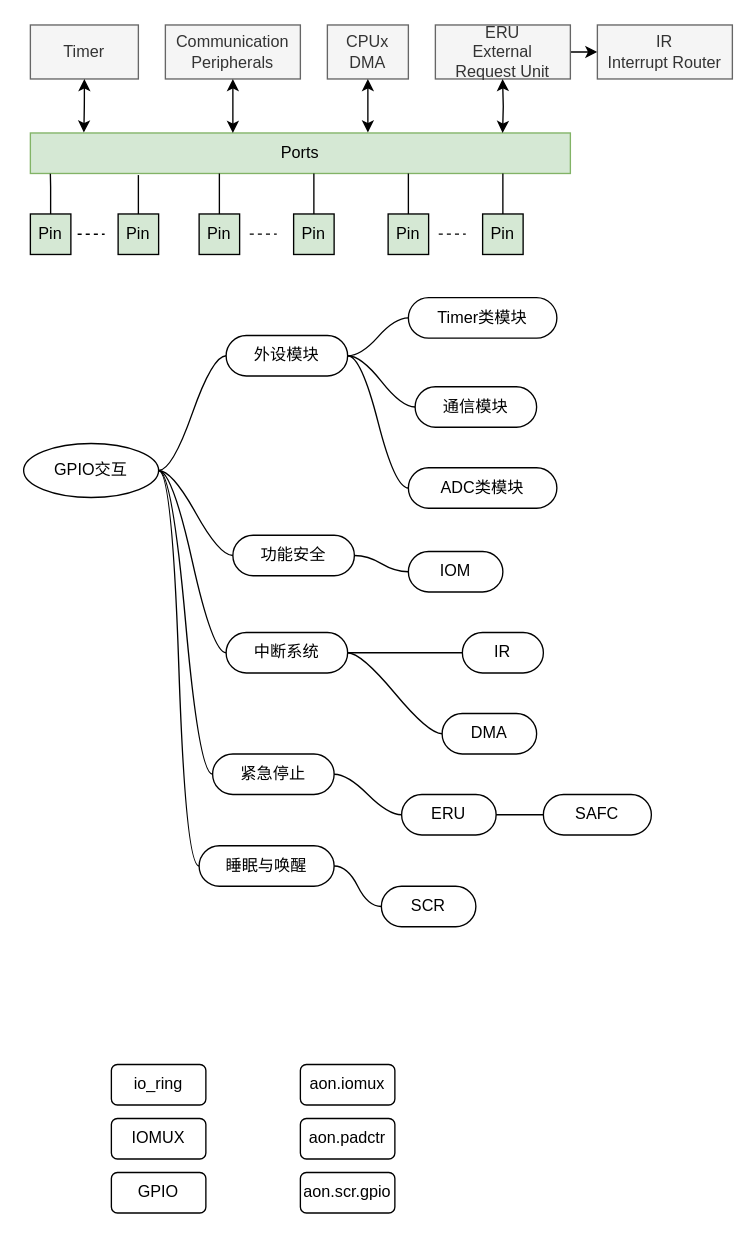
Before: page "GPIO的系统集成" (2 of 8) of drawio/gpio.drawio in iceyxy/flow-chart-drawio, a draw.io diagram. Source tidied: cells renumbered, new cells numbered last; positions are measured from the earlier drawing's top-left corner, leaving out a move shared by most shapes. Both pictures are drawn from the tidied source at 135%, with x=0, y=0 at pixel (23, 24).
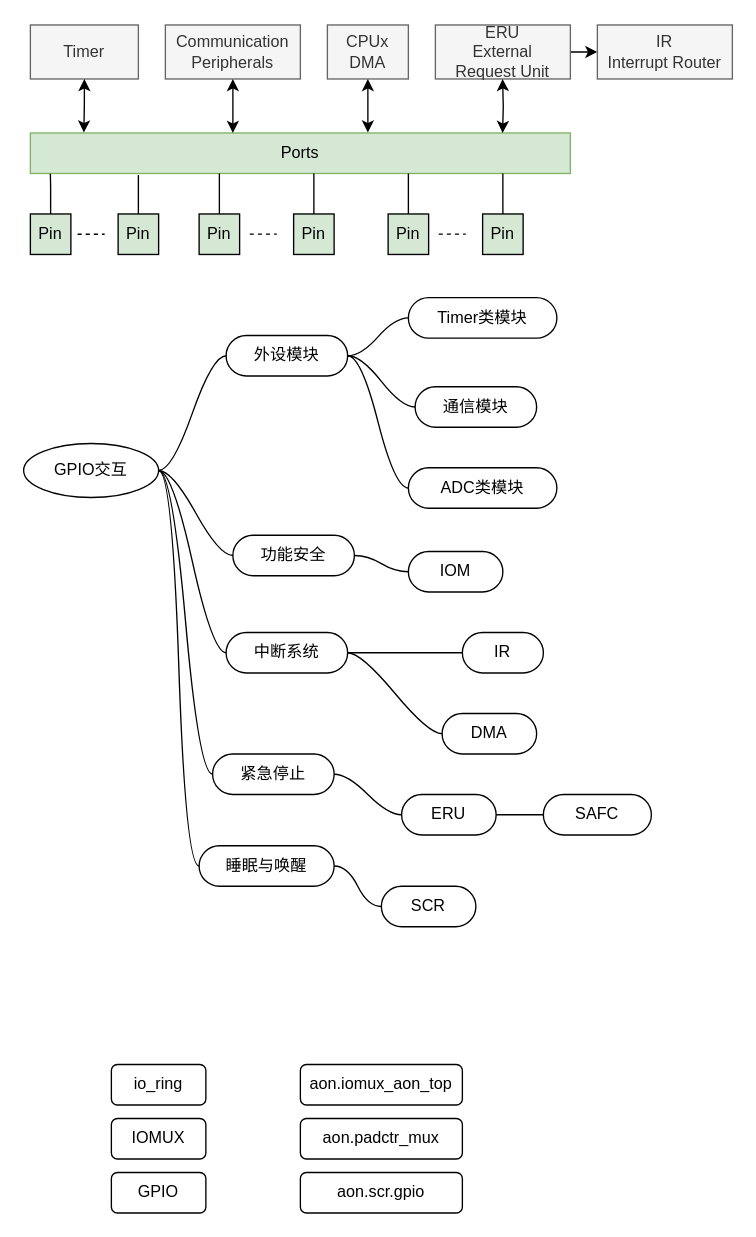
The same diagram, later.

Diff of the diagram source:
```diff
@@
-    <mxCell id="67" value="aon.iomux" style="rounded=1;whiteSpace=wrap;html=1;" parent="1" vertex="1">
-      <mxGeometry x="205" y="770" width="70" height="30" as="geometry" />
+    <mxCell id="67" value="aon.iomux_aon_top" style="rounded=1;whiteSpace=wrap;html=1;" parent="1" vertex="1">
+      <mxGeometry x="205" y="770" width="120" height="30" as="geometry" />
     </mxCell>
-    <mxCell id="68" value="aon.padctr" style="rounded=1;whiteSpace=wrap;html=1;" parent="1" vertex="1">
-      <mxGeometry x="205" y="810" width="70" height="30" as="geometry" />
+    <mxCell id="68" value="aon.padctr_mux" style="rounded=1;whiteSpace=wrap;html=1;" parent="1" vertex="1">
+      <mxGeometry x="205" y="810" width="120" height="30" as="geometry" />
     </mxCell>
     <mxCell id="69" value="aon.scr.gpio" style="rounded=1;whiteSpace=wrap;html=1;" parent="1" vertex="1">
-      <mxGeometry x="205" y="850" width="70" height="30" as="geometry" />
+      <mxGeometry x="205" y="850" width="120" height="30" as="geometry" />
     </mxCell>
```
